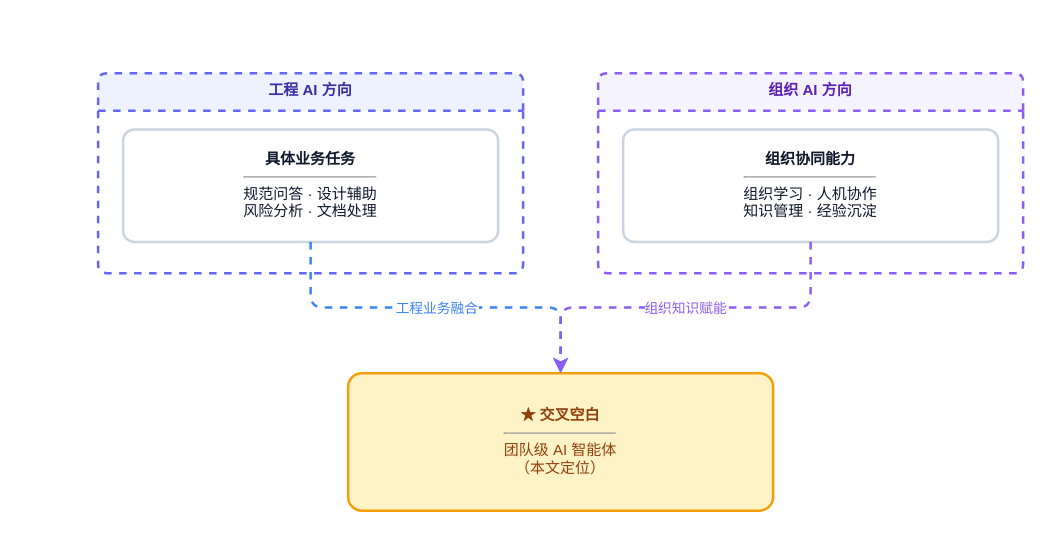
Above: docs/论文类/附图类/图 2-1 研究脉络交叉空白定位图.drawio in Ellyshome/Emily (draw.io), before the change. Source tidied: cells renumbered, new cells numbered last; positions are measured from the earlier drawing's top-left corner, leaving out a move shared by most shapes. Both pictures are drawn from the tidied source at 125%, with x=0, y=0 at pixel (98, 72).
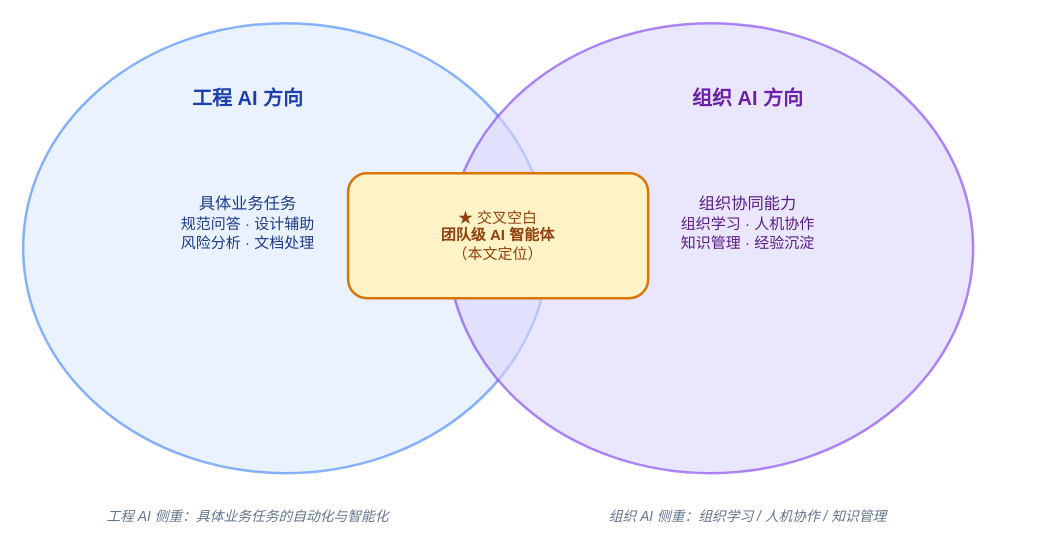
After the change.

Diff of the diagram source:
```diff
@@
 <mxGraphModel background="#ffffff">
   <root>
     <mxCell id="0" />
     <mxCell id="1" parent="0" />
+    <mxCell id="9" style="ellipse;whiteSpace=wrap;html=1;fillColor=#dbeafe;strokeColor=#3b82f6;strokeWidth=2;opacity=60;" parent="1" vertex="1">
+      <mxGeometry x="-60" y="-40" width="420" height="360" as="geometry" />
+    </mxCell>
+    <mxCell id="10" style="ellipse;whiteSpace=wrap;html=1;fillColor=#ddd6fe;strokeColor=#7c3aed;strokeWidth=2;opacity=60;" parent="1" vertex="1">
+      <mxGeometry x="280" y="-40" width="420" height="360" as="geometry" />
+    </mxCell>
-    <mxCell id="2" value="工程 AI 方向" style="swimlane;fontStyle=1;align=center;verticalAlign=top;horizontal=1;startSize=30;whiteSpace=wrap;html=1;fillColor=#eef2ff;strokeColor=#6366f1;fontColor=#3730a3;dashed=1;strokeWidth=2;rounded=1;arcSize=8;" parent="1" vertex="1">
-      <mxGeometry width="340" height="160" as="geometry" />
+    <mxCell id="2" value="工程 AI 方向" style="text;html=1;strokeColor=none;fillColor=none;align=center;verticalAlign=middle;whiteSpace=wrap;rounded=0;fontStyle=1;fontSize=16;fontColor=#1e40af;" parent="1" vertex="1">
+      <mxGeometry width="240" height="40" as="geometry" />
     </mxCell>
+    <mxCell id="4" value="具体业务任务&lt;br&gt;&lt;span style=&quot;font-size:12px&quot;&gt;规范问答 · 设计辅助&lt;/span&gt;&lt;br&gt;&lt;span style=&quot;font-size:12px&quot;&gt;风险分析 · 文档处理&lt;/span&gt;" style="text;html=1;strokeColor=none;fillColor=none;align=center;verticalAlign=middle;whiteSpace=wrap;rounded=0;fontSize=13;fontColor=#1e3a8a;" parent="1" vertex="1">
+      <mxGeometry x="-20" y="80" width="280" height="80" as="geometry" />
+    </mxCell>
-    <mxCell id="3" value="组织 AI 方向" style="swimlane;fontStyle=1;align=center;verticalAlign=top;horizontal=1;startSize=30;whiteSpace=wrap;html=1;fillColor=#f5f3ff;strokeColor=#8b5cf6;fontColor=#5b21b6;dashed=1;strokeWidth=2;rounded=1;arcSize=8;" parent="1" vertex="1">
-      <mxGeometry x="400" width="340" height="160" as="geometry" />
+    <mxCell id="3" value="组织 AI 方向" style="text;html=1;strokeColor=none;fillColor=none;align=center;verticalAlign=middle;whiteSpace=wrap;rounded=0;fontStyle=1;fontSize=16;fontColor=#6b21a8;" parent="1" vertex="1">
+      <mxGeometry x="400" width="240" height="40" as="geometry" />
     </mxCell>
-    <mxCell id="4" value="&lt;b&gt;具体业务任务&lt;/b&gt;&lt;hr size=&quot;1&quot;&gt;规范问答 · 设计辅助&lt;br/&gt;风险分析 · 文档处理" style="rounded=1;whiteSpace=wrap;html=1;fillColor=#ffffff;strokeColor=#cbd5e1;fontColor=#0f172a;arcSize=10;strokeWidth=2;" parent="2" vertex="1">
-      <mxGeometry x="20" y="45" width="300" height="90" as="geometry" />
-    </mxCell>
-    <mxCell id="5" value="&lt;b&gt;组织协同能力&lt;/b&gt;&lt;hr size=&quot;1&quot;&gt;组织学习 · 人机协作&lt;br/&gt;知识管理 · 经验沉淀" style="rounded=1;whiteSpace=wrap;html=1;fillColor=#ffffff;strokeColor=#cbd5e1;fontColor=#0f172a;arcSize=10;strokeWidth=2;" parent="3" vertex="1">
-      <mxGeometry x="20" y="45" width="300" height="90" as="geometry" />
+    <mxCell id="5" value="组织协同能力&lt;br&gt;&lt;span style=&quot;font-size:12px&quot;&gt;组织学习 · 人机协作&lt;/span&gt;&lt;br&gt;&lt;span style=&quot;font-size:12px&quot;&gt;知识管理 · 经验沉淀&lt;/span&gt;" style="text;html=1;strokeColor=none;fillColor=none;align=center;verticalAlign=middle;whiteSpace=wrap;rounded=0;fontSize=13;fontColor=#581c87;" parent="1" vertex="1">
+      <mxGeometry x="380" y="80" width="280" height="80" as="geometry" />
     </mxCell>
-    <mxCell id="6" value="&lt;b&gt;★ 交叉空白&lt;/b&gt;&lt;hr size=&quot;1&quot;&gt;团队级 AI 智能体&lt;br/&gt;（本文定位）" style="rounded=1;whiteSpace=wrap;html=1;fillColor=#fef3c7;strokeColor=#f59e0b;fontColor=#92400e;arcSize=10;strokeWidth=2;" parent="1" vertex="1">
-      <mxGeometry x="200" y="240" width="340" height="110" as="geometry" />
+    <mxCell id="6" value="★ 交叉空白&lt;br&gt;&lt;b&gt;团队级 AI 智能体&lt;/b&gt;&lt;br&gt;&lt;span style=&quot;font-size:12px&quot;&gt;（本文定位）&lt;/span&gt;" style="rounded=1;whiteSpace=wrap;html=1;fillColor=#fef3c7;strokeColor=#d97706;strokeWidth=2;fontColor=#92400e;align=center;verticalAlign=middle;" parent="1" vertex="1">
+      <mxGeometry x="200" y="80" width="240" height="100" as="geometry" />
     </mxCell>
-    <mxCell id="7" value="工程业务融合" style="edgeStyle=orthogonalEdgeStyle;rounded=1;jettySize=auto;html=1;strokeColor=#3B82F6;strokeWidth=2;dashed=1;fontColor=#3B82F6;labelBackgroundColor=#ffffff;" parent="1" edge="1" source="4" target="6">
-      <mxGeometry relative="1" as="geometry" />
-    </mxCell>
-    <mxCell id="8" value="组织知识赋能" style="edgeStyle=orthogonalEdgeStyle;rounded=1;jettySize=auto;html=1;strokeColor=#8B5CF6;strokeWidth=2;dashed=1;fontColor=#8B5CF6;labelBackgroundColor=#ffffff;" parent="1" edge="1" source="5" target="6">
-      <mxGeometry relative="1" as="geometry" />
-    </mxCell>
+    <mxCell id="11" value="工程 AI 侧重：具体业务任务的自动化与智能化" style="text;html=1;strokeColor=none;fillColor=none;align=center;verticalAlign=middle;whiteSpace=wrap;rounded=0;fontSize=11;fontColor=#64748b;fontStyle=2;" parent="1" vertex="1">
+      <mxGeometry x="-30" y="340" width="300" height="30" as="geometry" />
+    </mxCell>
+    <mxCell id="12" value="组织 AI 侧重：组织学习 / 人机协作 / 知识管理" style="text;html=1;strokeColor=none;fillColor=none;align=center;verticalAlign=middle;whiteSpace=wrap;rounded=0;fontSize=11;fontColor=#64748b;fontStyle=2;" parent="1" vertex="1">
+      <mxGeometry x="370" y="340" width="300" height="30" as="geometry" />
+    </mxCell>
   </root>
 </mxGraphModel>
```
